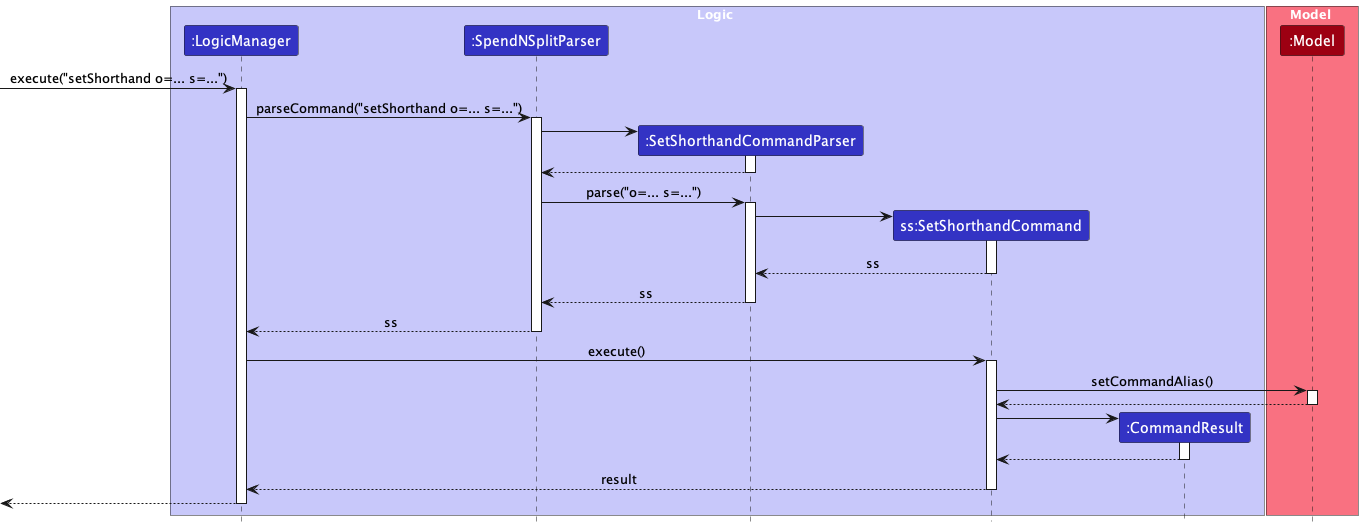
Earlier version of the PlantUML export docs/images/SetShorthandCommandSequenceDiagram.png (wui-hong/tp). The source it was exported from:
```plantuml
@startuml
!include style.puml
skinparam ArrowFontStyle plain

box Logic LOGIC_COLOR_T1
participant ":LogicManager" as LogicManager LOGIC_COLOR
participant ":SpendNSplitParser" as SpendNSplitParser LOGIC_COLOR
participant ":SetShorthandCommandParser" as SetShorthandCommandParser LOGIC_COLOR
participant "ss:SetShorthandCommand" as SetShorthandCommand LOGIC_COLOR
participant ":CommandResult" as CommandResult LOGIC_COLOR
end box

box Model MODEL_COLOR_T1
participant ":Model" as Model MODEL_COLOR
end box

[-> LogicManager : execute("setShorthand o=... s=...")
activate LogicManager

LogicManager -> SpendNSplitParser : parseCommand("setShorthand o=... s=...")
activate SpendNSplitParser

create SetShorthandCommandParser
SpendNSplitParser -> SetShorthandCommandParser
activate SetShorthandCommandParser

SetShorthandCommandParser --> SpendNSplitParser
deactivate SetShorthandCommandParser

SpendNSplitParser -> SetShorthandCommandParser : parse("o=... s=...")
activate SetShorthandCommandParser

create SetShorthandCommand
SetShorthandCommandParser -> SetShorthandCommand
activate SetShorthandCommand

SetShorthandCommand --> SetShorthandCommandParser : ss
deactivate SetShorthandCommand

SetShorthandCommandParser --> SpendNSplitParser : ss
deactivate SetShorthandCommandParser

SpendNSplitParser --> LogicManager : ss
deactivate SpendNSplitParser

LogicManager -> SetShorthandCommand : execute()
activate SetShorthandCommand

SetShorthandCommand -> Model : setCommandAlias()
activate Model

Model --> SetShorthandCommand
deactivate Model

create CommandResult
SetShorthandCommand -> CommandResult
activate CommandResult

CommandResult --> SetShorthandCommand
deactivate CommandResult

SetShorthandCommand --> LogicManager : result
deactivate SetShorthandCommand

[<--LogicManager
deactivate LogicManager
@enduml
```
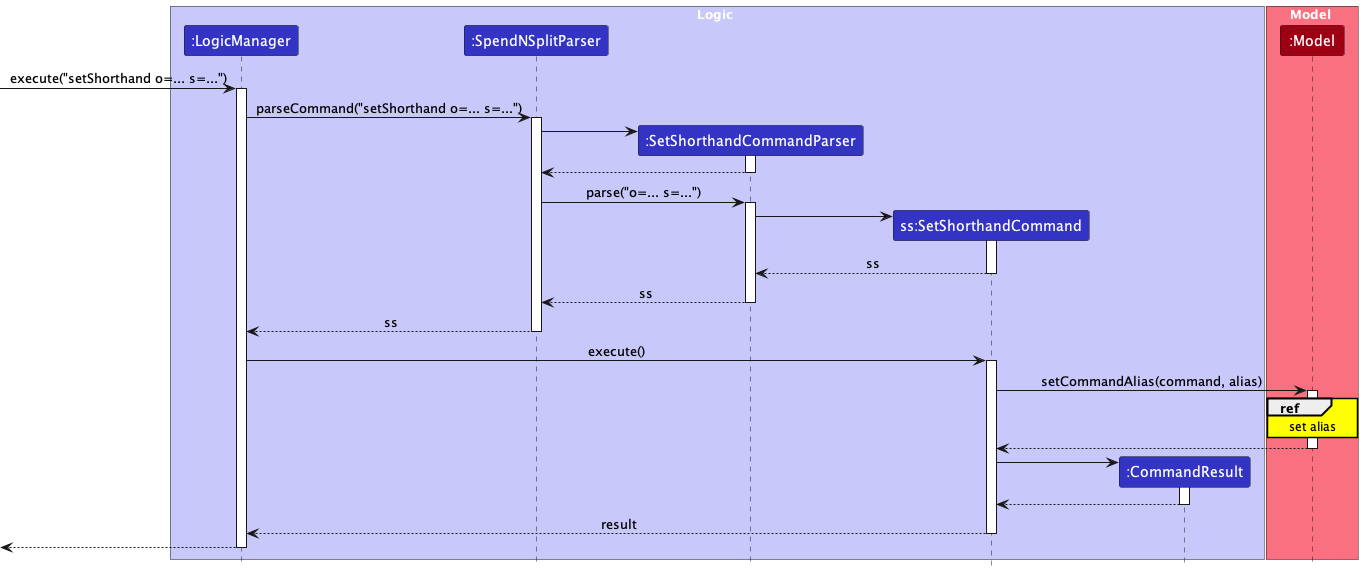
Later version of the same file.

Commit message:
Correct shorthand activity diagram

Change to the diagram source:
```diff
@@ -1,6 +1,7 @@
 @startuml
 !include style.puml
 skinparam ArrowFontStyle plain
+skinparam sequenceReferenceBackgroundColor yellow
 
 box Logic LOGIC_COLOR_T1
 participant ":LogicManager" as LogicManager LOGIC_COLOR
@@ -46,8 +47,10 @@
 LogicManager -> SetShorthandCommand : execute()
 activate SetShorthandCommand
 
-SetShorthandCommand -> Model : setCommandAlias()
+SetShorthandCommand -> Model : setCommandAlias(command, alias)
 activate Model
+
+ref over Model: set alias
 
 Model --> SetShorthandCommand
 deactivate Model
```
